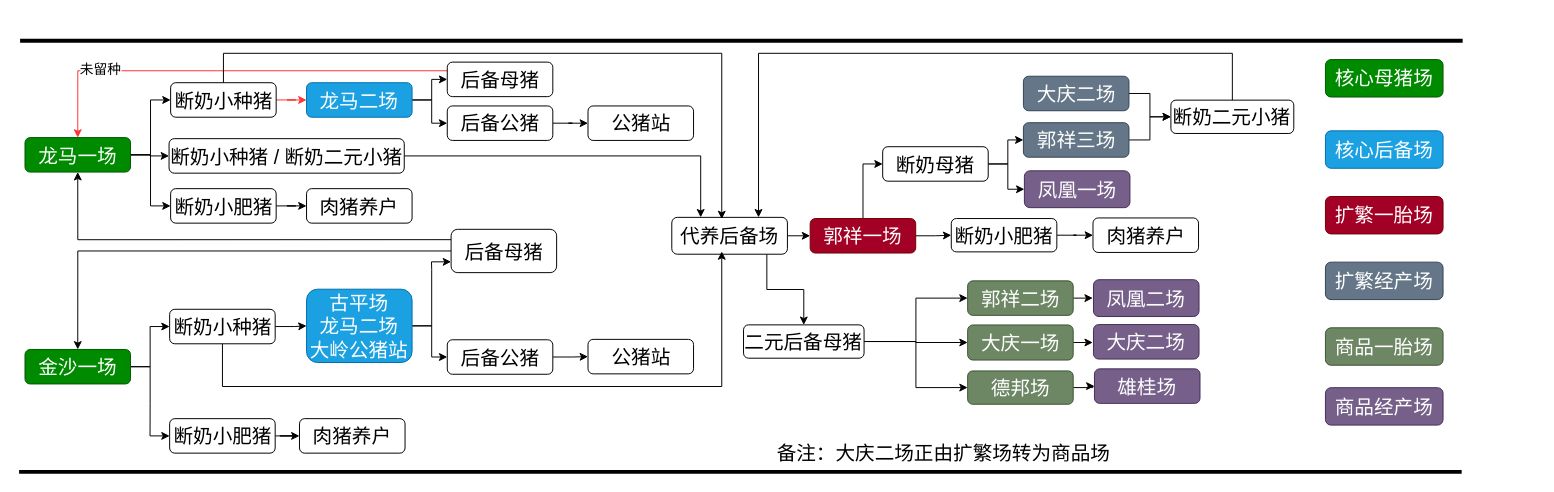
Above: 体系规划.drawio in tony2015116/flowchart (draw.io), before the change. Source tidied: cells renumbered, new cells numbered last; positions are measured from the earlier drawing's top-left corner, leaving out a move shared by most shapes. Both pictures are drawn from the tidied source at 98%, with x=0, y=0 at pixel (19, 17).
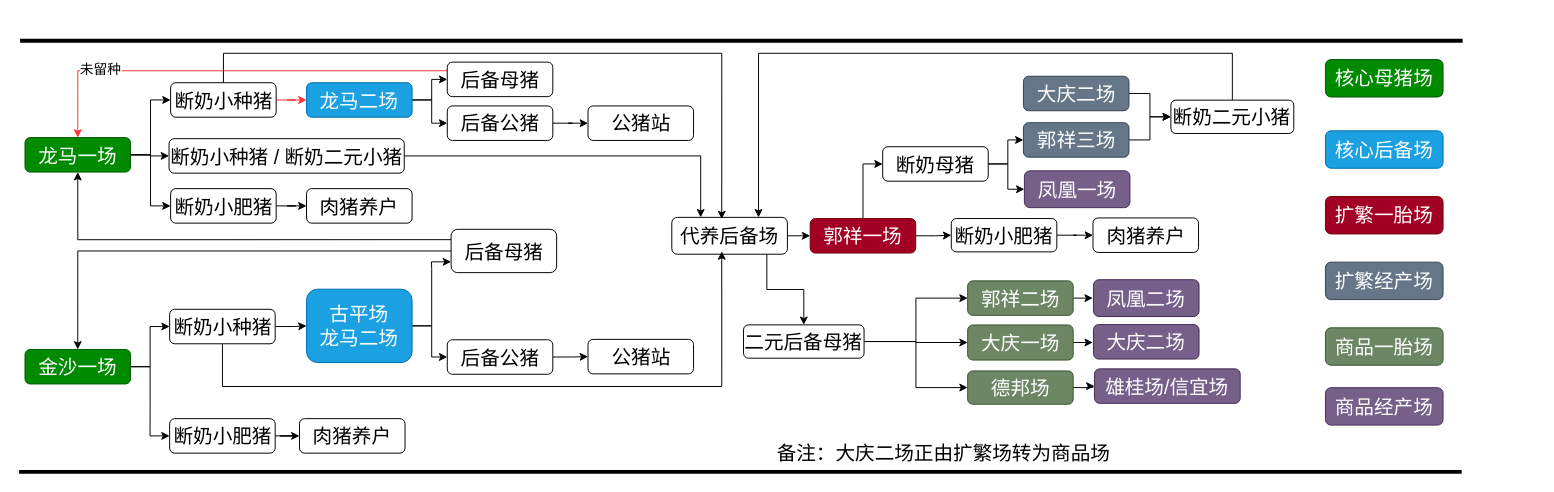
The same diagram, later.

Commit message:
更新体系规划.drawio

Unchanged cells that the change refers to:
```xml
<mxCell id="2" style="group;fontSize=20;" parent="1" vertex="1">
  <mxGeometry x="6" y="-0.1" width="1544" height="451.2" as="geometry" />
</mxCell>
```

The edit, as a diff of the source:
```diff
@@
-    <mxCell id="8" value="古平场&lt;div&gt;龙马二场&lt;/div&gt;&lt;div&gt;大岭公猪站&lt;/div&gt;" style="rounded=1;whiteSpace=wrap;html=1;fontSize=20;fillColor=#1ba1e2;fontColor=#ffffff;strokeColor=#006EAF;" parent="2" vertex="1">
+    <mxCell id="8" value="古平场&lt;div&gt;龙马二场&lt;/div&gt;" style="rounded=1;whiteSpace=wrap;html=1;fontSize=20;fillColor=#1ba1e2;fontColor=#ffffff;strokeColor=#006EAF;" parent="2" vertex="1">
       <mxGeometry x="287.3" y="277.7" width="107.7" height="74.8" as="geometry" />
     </mxCell>
@@
-    <mxCell id="50" value="雄桂场" style="rounded=1;whiteSpace=wrap;html=1;fontSize=20;fillColor=#76608a;fontColor=#ffffff;strokeColor=#432D57;" parent="2" vertex="1">
-      <mxGeometry x="1091.3" y="359" width="107.7" height="35.2" as="geometry" />
+    <mxCell id="50" value="雄桂场/信宜场" style="rounded=1;whiteSpace=wrap;html=1;fontSize=20;fillColor=#76608a;fontColor=#ffffff;strokeColor=#432D57;" parent="2" vertex="1">
+      <mxGeometry x="1091.3" y="359" width="148.7" height="35.2" as="geometry" />
     </mxCell>
```
